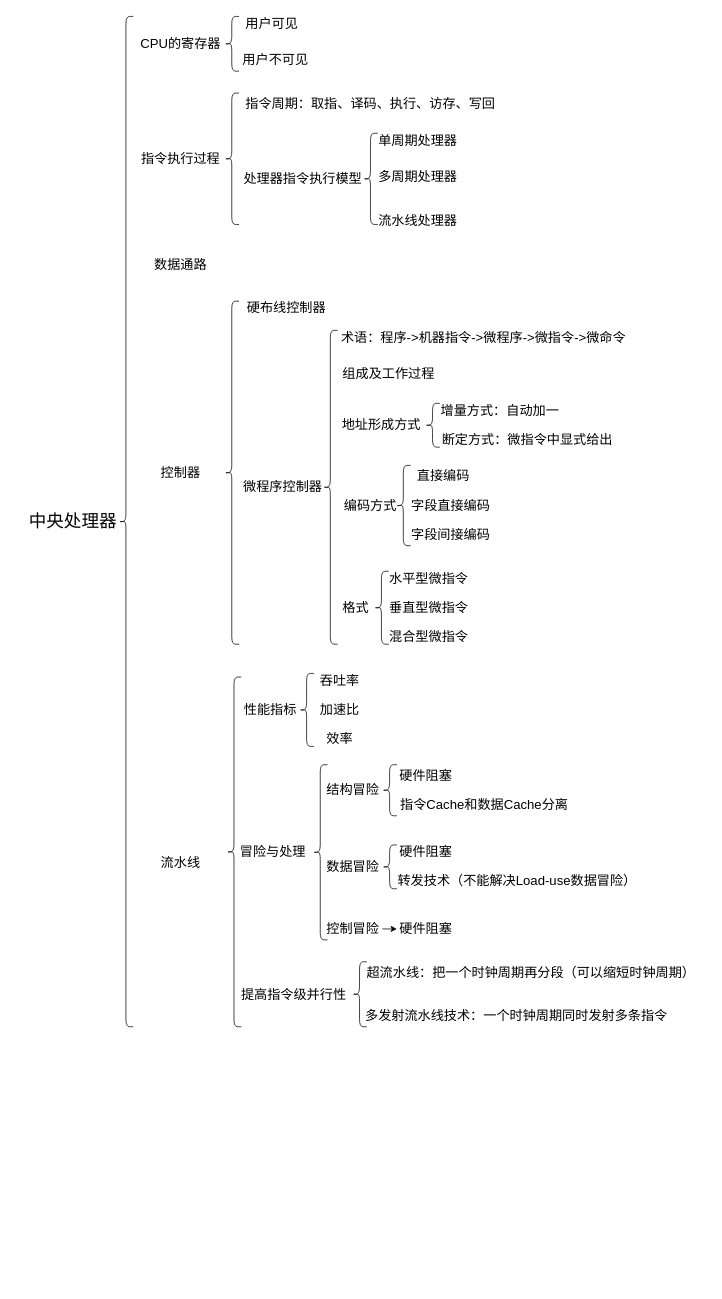
This is page "第五章" (3 of 5) of 计算机组成原理.drawio from 2968392441/draw, a draw.io file, before an edit. Source tidied: cells renumbered, new cells numbered last; positions are measured from the earlier drawing's top-left corner, leaving out a move shared by most shapes. Both pictures are drawn from the tidied source at 73%, with x=0, y=0 at pixel (12, 12).
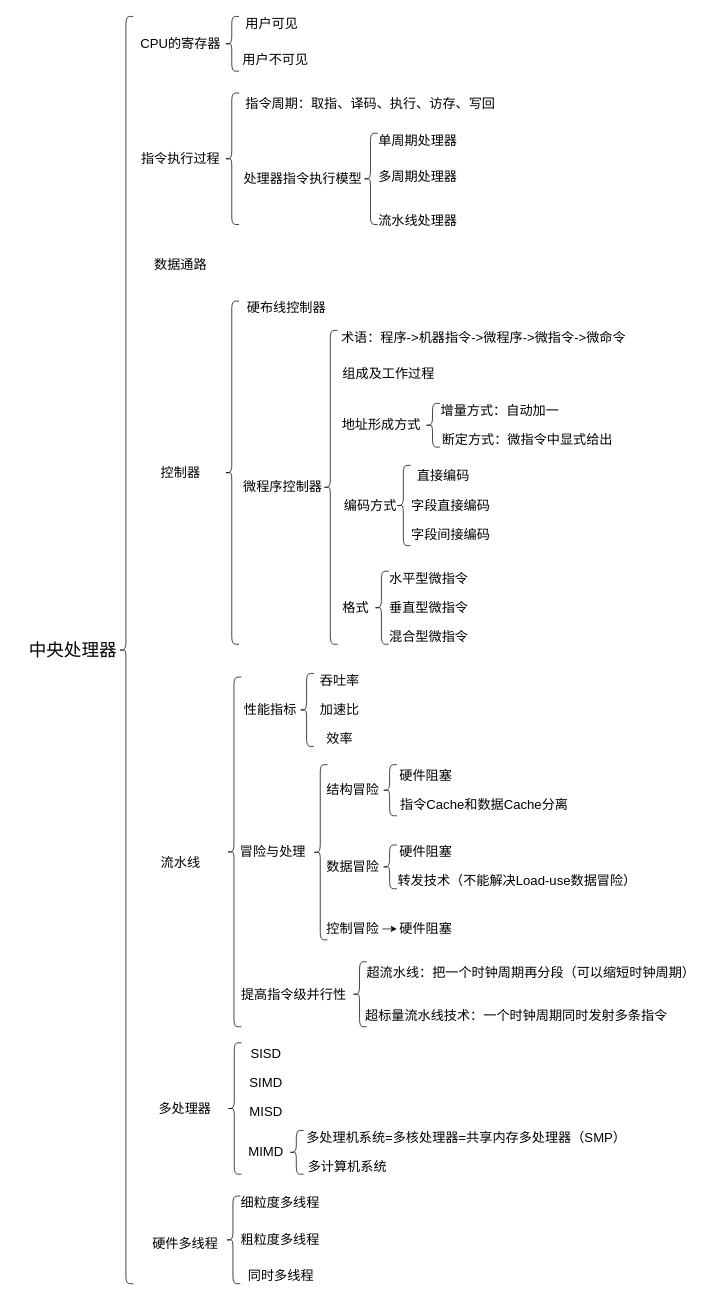
After the change.

Commit message:
更新计算机组成原理.drawio

The edit, as a diff of the source:
```diff
@@
-    <mxCell id="5" value="&lt;font style=&quot;font-size: 18px;&quot;&gt;多发射流水线技术：一个时钟周期同时发射多条指令&lt;/font&gt;" style="text;html=1;whiteSpace=wrap;strokeColor=none;fillColor=none;align=center;verticalAlign=middle;rounded=0;" parent="1" vertex="1">
+    <mxCell id="5" value="&lt;font style=&quot;font-size: 18px;&quot;&gt;超标量流水线技术：一个时钟周期同时发射多条指令&lt;/font&gt;" style="text;html=1;whiteSpace=wrap;strokeColor=none;fillColor=none;align=center;verticalAlign=middle;rounded=0;" parent="1" vertex="1">
       <mxGeometry x="475" y="1359" width="430" height="30" as="geometry" />
     </mxCell>
@@
     <mxCell id="61" style="shape=curlyBracket;whiteSpace=wrap;html=1;rounded=1;labelPosition=left;verticalLabelPosition=middle;align=right;verticalAlign=middle;" parent="1" vertex="1">
-      <mxGeometry x="145" y="5" width="20" height="1384" as="geometry" />
+      <mxGeometry x="145" y="5" width="20" height="1736" as="geometry" />
     </mxCell>
     <mxCell id="62" value="&lt;font style=&quot;font-size: 24px;&quot;&gt;中央处理器&lt;/font&gt;" style="text;html=1;whiteSpace=wrap;strokeColor=none;fillColor=none;align=center;verticalAlign=middle;rounded=0;" parent="1" vertex="1">
-      <mxGeometry y="682" width="165" height="30" as="geometry" />
+      <mxGeometry y="858" width="165" height="30" as="geometry" />
     </mxCell>
+    <mxCell id="63" value="&lt;font style=&quot;font-size: 18px;&quot;&gt;硬件多线程&lt;/font&gt;" style="text;html=1;whiteSpace=wrap;strokeColor=none;fillColor=none;align=center;verticalAlign=middle;rounded=0;" parent="1" vertex="1">
+      <mxGeometry x="185" y="1671" width="102.5" height="30" as="geometry" />
+    </mxCell>
+    <mxCell id="64" value="&lt;font style=&quot;font-size: 18px;&quot;&gt;同时多线程&lt;/font&gt;" style="text;html=1;whiteSpace=wrap;strokeColor=none;fillColor=none;align=center;verticalAlign=middle;rounded=0;" parent="1" vertex="1">
+      <mxGeometry x="315.5" y="1716" width="102.5" height="30" as="geometry" />
+    </mxCell>
+    <mxCell id="65" value="&lt;font style=&quot;font-size: 18px;&quot;&gt;粗粒度多线程&lt;/font&gt;" style="text;html=1;whiteSpace=wrap;strokeColor=none;fillColor=none;align=center;verticalAlign=middle;rounded=0;" parent="1" vertex="1">
+      <mxGeometry x="311.4" y="1666" width="110.6" height="30" as="geometry" />
+    </mxCell>
+    <mxCell id="66" value="&lt;font style=&quot;font-size: 18px;&quot;&gt;细粒度多线程&lt;/font&gt;" style="text;html=1;whiteSpace=wrap;strokeColor=none;fillColor=none;align=center;verticalAlign=middle;rounded=0;" parent="1" vertex="1">
+      <mxGeometry x="307.4" y="1616" width="118.8" height="30" as="geometry" />
+    </mxCell>
+    <mxCell id="67" value="&lt;font style=&quot;font-size: 18px;&quot;&gt;多计算机系统&lt;/font&gt;" style="text;html=1;whiteSpace=wrap;strokeColor=none;fillColor=none;align=center;verticalAlign=middle;rounded=0;" parent="1" vertex="1">
+      <mxGeometry x="398.6" y="1566" width="118.8" height="30" as="geometry" />
+    </mxCell>
+    <mxCell id="68" value="&lt;span style=&quot;font-size: 18px;&quot;&gt;多处理机系统&lt;/span&gt;&lt;span style=&quot;background-color: transparent; color: light-dark(rgb(0, 0, 0), rgb(255, 255, 255)); font-size: 18px;&quot;&gt;=&lt;/span&gt;&lt;span style=&quot;background-color: transparent; color: light-dark(rgb(0, 0, 0), rgb(255, 255, 255)); font-size: 18px;&quot;&gt;多核处理器&lt;/span&gt;&lt;span style=&quot;font-size: 18px; background-color: transparent; color: light-dark(rgb(0, 0, 0), rgb(255, 255, 255));&quot;&gt;=共享内存多处理器（SMP）&lt;/span&gt;" style="text;html=1;whiteSpace=wrap;strokeColor=none;fillColor=none;align=center;verticalAlign=middle;rounded=0;" parent="1" vertex="1">
+      <mxGeometry x="387.4" y="1526" width="468.9" height="30" as="geometry" />
+    </mxCell>
+    <mxCell id="69" value="&lt;font style=&quot;font-size: 18px;&quot;&gt;MIMD&lt;/font&gt;" style="text;html=1;whiteSpace=wrap;strokeColor=none;fillColor=none;align=center;verticalAlign=middle;rounded=0;" parent="1" vertex="1">
+      <mxGeometry x="307.4" y="1546" width="80" height="30" as="geometry" />
+    </mxCell>
+    <mxCell id="70" value="&lt;font style=&quot;font-size: 18px;&quot;&gt;MISD&lt;/font&gt;" style="text;html=1;whiteSpace=wrap;strokeColor=none;fillColor=none;align=center;verticalAlign=middle;rounded=0;" parent="1" vertex="1">
+      <mxGeometry x="307.4" y="1491" width="80" height="30" as="geometry" />
+    </mxCell>
+    <mxCell id="71" value="&lt;font style=&quot;font-size: 18px;&quot;&gt;SIMD&lt;/font&gt;" style="text;html=1;whiteSpace=wrap;strokeColor=none;fillColor=none;align=center;verticalAlign=middle;rounded=0;" parent="1" vertex="1">
+      <mxGeometry x="307.4" y="1451" width="80" height="30" as="geometry" />
+    </mxCell>
+    <mxCell id="72" value="&lt;font style=&quot;font-size: 18px;&quot;&gt;SISD&lt;/font&gt;" style="text;html=1;whiteSpace=wrap;strokeColor=none;fillColor=none;align=center;verticalAlign=middle;rounded=0;" parent="1" vertex="1">
+      <mxGeometry x="307.4" y="1411" width="80" height="30" as="geometry" />
+    </mxCell>
+    <mxCell id="73" value="&lt;font style=&quot;font-size: 18px;&quot;&gt;多处理器&lt;/font&gt;" style="text;html=1;whiteSpace=wrap;strokeColor=none;fillColor=none;align=center;verticalAlign=middle;rounded=0;" parent="1" vertex="1">
+      <mxGeometry x="196.2" y="1486" width="80" height="30" as="geometry" />
+    </mxCell>
+    <mxCell id="74" style="shape=curlyBracket;whiteSpace=wrap;html=1;rounded=1;labelPosition=left;verticalLabelPosition=middle;align=right;verticalAlign=middle;" parent="1" vertex="1">
+      <mxGeometry x="378.4" y="1531" width="20" height="60" as="geometry" />
+    </mxCell>
+    <mxCell id="75" style="shape=curlyBracket;whiteSpace=wrap;html=1;rounded=1;labelPosition=left;verticalLabelPosition=middle;align=right;verticalAlign=middle;" parent="1" vertex="1">
+      <mxGeometry x="293.4" y="1411" width="20" height="180" as="geometry" />
+    </mxCell>
+    <mxCell id="76" style="shape=curlyBracket;whiteSpace=wrap;html=1;rounded=1;labelPosition=left;verticalLabelPosition=middle;align=right;verticalAlign=middle;" parent="1" vertex="1">
+      <mxGeometry x="291.6" y="1621" width="20" height="120" as="geometry" />
+    </mxCell>
```
